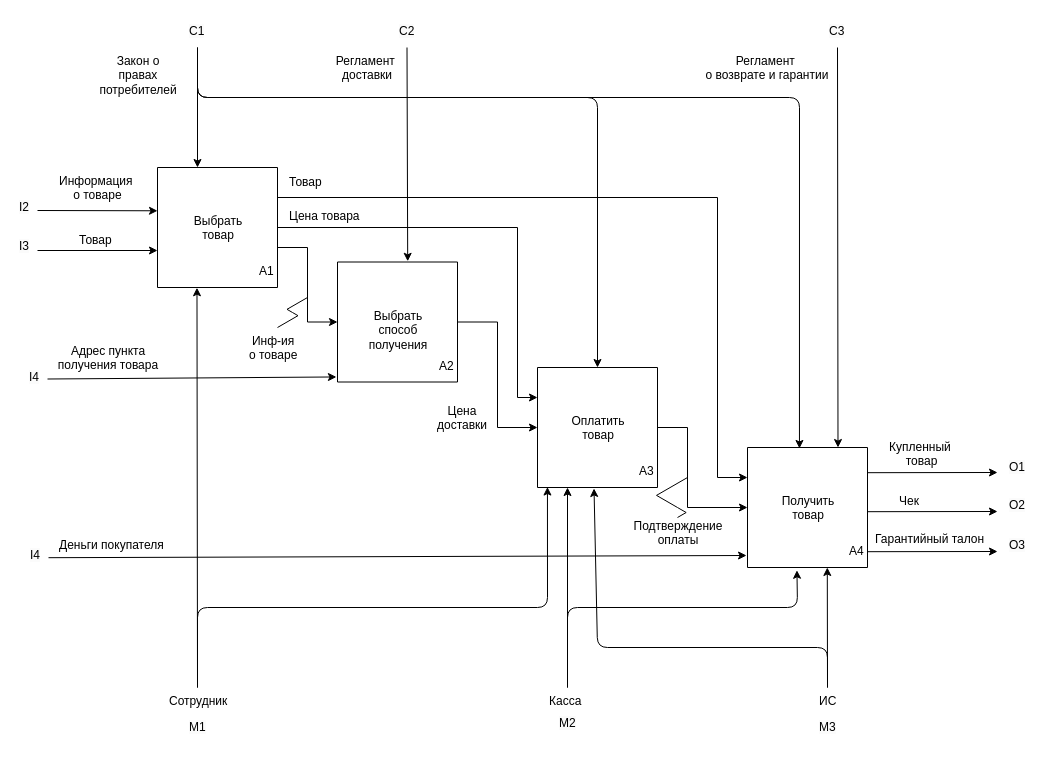
Earlier version of the draw.io diagram decomposition IDEF0(AS-IS).drawio (melikhovaeva/business-processes). Source tidied: cells renumbered, new cells numbered last; positions are measured from the earlier drawing's top-left corner, leaving out a move shared by most shapes. Both pictures are drawn from the tidied source at 100%, with x=0, y=0 at pixel (17, 17).
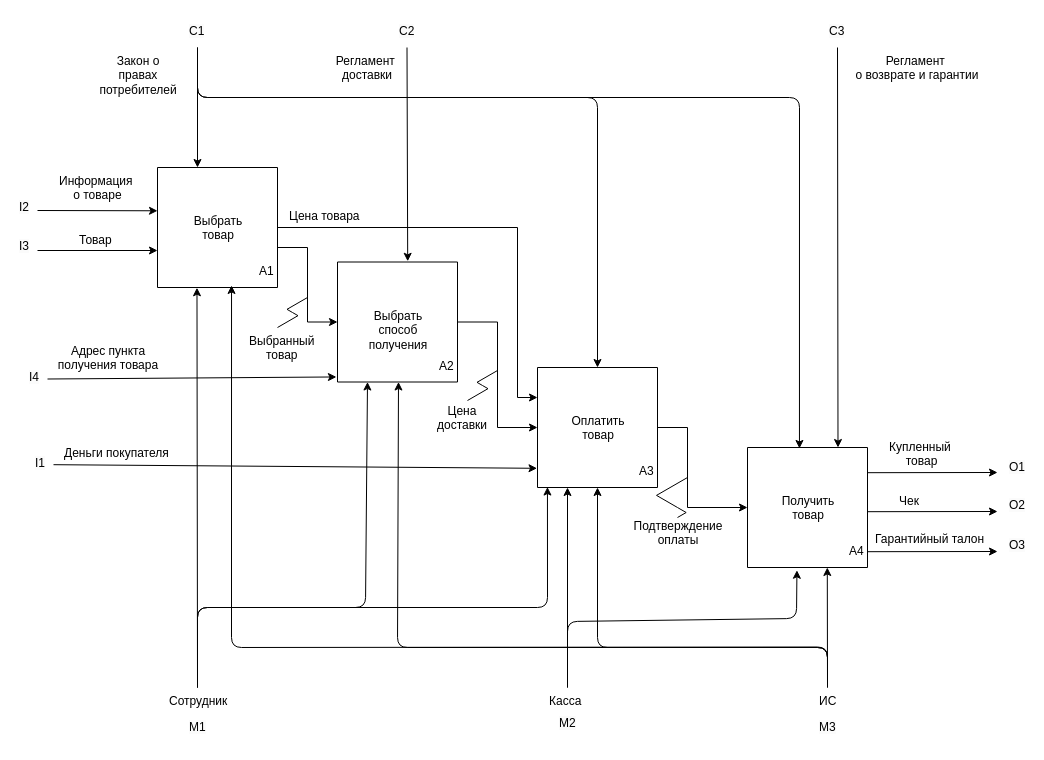
The same diagram, later.

The change refers to these unchanged cells:
```xml
<mxCell id="5" style="swimlane;startSize=0;" parent="1" vertex="1">
  <mxGeometry x="140" y="150" width="120" height="120" as="geometry" />
</mxCell>
<mxCell id="10" style="swimlane;startSize=0;" parent="1" vertex="1">
  <mxGeometry x="320" y="244.5" width="120" height="120" as="geometry" />
</mxCell>
<mxCell id="13" style="swimlane;startSize=0;" parent="1" vertex="1">
  <mxGeometry x="730" y="430" width="120" height="120" as="geometry" />
</mxCell>
<mxCell id="19" style="swimlane;startSize=0;" parent="1" vertex="1">
  <mxGeometry x="520" y="350" width="120" height="120" as="geometry" />
</mxCell>
```

Change to the diagram source:
```diff
@@
-    <mxCell id="4" style="edgeStyle=orthogonalEdgeStyle;rounded=0;jettySize=auto;html=1;exitX=1;exitY=0.25;exitDx=0;exitDy=0;entryX=0;entryY=0.25;entryDx=0;entryDy=0;" parent="1" edge="1" source="5" target="13">
-      <mxGeometry relative="1" as="geometry">
-        <Array as="points">
-          <mxPoint x="700" y="180" />
-          <mxPoint x="700" y="460" />
-        </Array>
-      </mxGeometry>
-    </mxCell>
@@
-    <mxCell id="17" style="endArrow=classic;html=1;rounded=1;entryX=0.471;entryY=1.008;entryDx=0;entryDy=0;entryPerimeter=0;curved=0;" parent="13" edge="1" target="19">
+    <mxCell id="17" style="endArrow=classic;html=1;rounded=1;entryX=0.5;entryY=1;entryDx=0;entryDy=0;curved=0;" parent="13" edge="1" target="19">
       <mxGeometry relative="1" as="geometry">
         <mxPoint x="80" y="240" as="sourcePoint" />
         <Array as="points">
           <mxPoint x="80" y="200" />
           <mxPoint x="-150" y="200" />
         </Array>
       </mxGeometry>
     </mxCell>
+    <mxCell id="70" style="endArrow=classic;html=1;rounded=1;curved=0;" parent="13" edge="1">
+      <mxGeometry relative="1" as="geometry">
+        <mxPoint x="80" y="239" as="sourcePoint" />
+        <mxPoint x="-349" y="-65.5" as="targetPoint" />
+        <Array as="points">
+          <mxPoint x="80" y="200" />
+          <mxPoint x="-350" y="200" />
+        </Array>
+      </mxGeometry>
+    </mxCell>
@@
-    <mxCell id="37" value="&lt;div style=&quot;text-align: center;&quot;&gt;Товар&lt;/div&gt;" style="text;whiteSpace=wrap;html=1;" parent="1" vertex="1">
-      <mxGeometry x="270" y="151" width="40" height="24.5" as="geometry" />
-    </mxCell>
@@
-    <mxCell id="39" value="&lt;div style=&quot;text-align: center;&quot;&gt;Инф-ия&lt;/div&gt;&lt;div style=&quot;text-align: center;&quot;&gt;о товаре&lt;/div&gt;" style="text;whiteSpace=wrap;html=1;" parent="1" vertex="1">
-      <mxGeometry x="230" y="310" width="60" height="24.5" as="geometry" />
+    <mxCell id="39" value="&lt;div style=&quot;text-align: center;&quot;&gt;Выбранный товар&lt;/div&gt;" style="text;whiteSpace=wrap;html=1;" parent="1" vertex="1">
+      <mxGeometry x="230" y="310" width="60" height="50" as="geometry" />
     </mxCell>
@@
     <mxCell id="41" value="&lt;div style=&quot;text-align: center;&quot;&gt;Цена доставки&lt;/div&gt;" style="text;whiteSpace=wrap;html=1;" parent="1" vertex="1">
-      <mxGeometry x="414" y="380" width="60" height="24.5" as="geometry" />
+      <mxGeometry x="414" y="380" width="60" height="46" as="geometry" />
     </mxCell>
@@
     <mxCell id="53" value="&lt;div style=&quot;&quot;&gt;Регламент&amp;nbsp;&lt;br style=&quot;border-color: var(--border-color);&quot;&gt;о возврате и гарантии&lt;br&gt;&lt;/div&gt;" style="text;whiteSpace=wrap;html=1;align=center;" parent="1" vertex="1">
-      <mxGeometry x="680" y="30" width="140" height="50" as="geometry" />
+      <mxGeometry x="830" y="30" width="140" height="50" as="geometry" />
     </mxCell>
@@
-    <mxCell id="57" style="endArrow=classic;html=1;rounded=0;entryX=-0.008;entryY=0.9;entryDx=0;entryDy=0;entryPerimeter=0;" parent="1" edge="1" target="13">
-      <mxGeometry relative="1" as="geometry">
-        <mxPoint x="31" y="540.2" as="sourcePoint" />
-      </mxGeometry>
+    <mxCell id="57" style="endArrow=classic;html=1;rounded=0;entryX=-0.004;entryY=0.84;entryDx=0;entryDy=0;entryPerimeter=0;exitX=1;exitY=0.5;exitDx=0;exitDy=0;" parent="1" edge="1" source="59" target="19">
+      <mxGeometry relative="1" as="geometry" />
     </mxCell>
     <mxCell id="58" value="&lt;div style=&quot;text-align: center;&quot;&gt;Деньги покупателя&lt;br&gt;&lt;/div&gt;" style="text;whiteSpace=wrap;html=1;" parent="1" vertex="1">
-      <mxGeometry x="40" y="514" width="120" height="22" as="geometry" />
+      <mxGeometry x="45" y="422" width="120" height="22" as="geometry" />
     </mxCell>
-    <mxCell id="59" value="&lt;span style=&quot;caret-color: rgb(0, 0, 0); color: rgb(0, 0, 0); font-family: Helvetica; font-style: normal; font-variant-caps: normal; font-weight: 400; letter-spacing: normal; text-align: center; text-indent: 0px; text-transform: none; word-spacing: 0px; -webkit-text-stroke-width: 0px; background-color: rgb(251, 251, 251); text-decoration: none; float: none; display: inline !important;&quot;&gt;&lt;font style=&quot;font-size: 12px;&quot;&gt;I4&lt;/font&gt;&lt;/span&gt;" style="text;whiteSpace=wrap;html=1;" parent="1" vertex="1">
-      <mxGeometry x="11" y="524.2" width="20" height="30" as="geometry" />
+    <mxCell id="59" value="&lt;span style=&quot;caret-color: rgb(0, 0, 0); color: rgb(0, 0, 0); font-family: Helvetica; font-style: normal; font-variant-caps: normal; font-weight: 400; letter-spacing: normal; text-align: center; text-indent: 0px; text-transform: none; word-spacing: 0px; -webkit-text-stroke-width: 0px; background-color: rgb(251, 251, 251); text-decoration: none; float: none; display: inline !important;&quot;&gt;&lt;font style=&quot;font-size: 12px;&quot;&gt;I1&lt;/font&gt;&lt;/span&gt;" style="text;whiteSpace=wrap;html=1;" parent="1" vertex="1">
+      <mxGeometry x="16" y="432.2" width="20" height="30" as="geometry" />
     </mxCell>
@@
     <mxCell id="63" style="endArrow=classic;html=1;rounded=1;entryX=0.412;entryY=1.023;entryDx=0;entryDy=0;entryPerimeter=0;curved=0;" parent="1" edge="1" target="13">
       <mxGeometry relative="1" as="geometry">
         <mxPoint x="550" y="670" as="sourcePoint" />
         <Array as="points">
-          <mxPoint x="550" y="590" />
-          <mxPoint x="780" y="590" />
+          <mxPoint x="550" y="604" />
+          <mxPoint x="779" y="601" />
         </Array>
       </mxGeometry>
     </mxCell>
@@
+    <mxCell id="71" style="edgeStyle=isometricEdgeStyle;endArrow=none;html=1;rounded=0;exitX=0.5;exitY=0;exitDx=0;exitDy=0;" parent="1" edge="1">
+      <mxGeometry relative="1" as="geometry">
+        <mxPoint x="450" y="383" as="sourcePoint" />
+        <mxPoint x="480" y="353" as="targetPoint" />
+      </mxGeometry>
+    </mxCell>
+    <mxCell id="72" style="endArrow=classic;html=1;rounded=1;curved=0;entryX=0.617;entryY=0.983;entryDx=0;entryDy=0;entryPerimeter=0;" parent="1" edge="1" target="5">
+      <mxGeometry relative="1" as="geometry">
+        <mxPoint x="810" y="668.5" as="sourcePoint" />
+        <Array as="points">
+          <mxPoint x="810" y="629.5" />
+          <mxPoint x="214" y="630" />
+        </Array>
+      </mxGeometry>
+    </mxCell>
+    <mxCell id="73" style="endArrow=classic;html=1;rounded=1;entryX=0.25;entryY=1;entryDx=0;entryDy=0;curved=0;" parent="1" edge="1" target="10">
+      <mxGeometry relative="1" as="geometry">
+        <mxPoint x="180" y="670" as="sourcePoint" />
+        <Array as="points">
+          <mxPoint x="180" y="590" />
+          <mxPoint x="348" y="590" />
+        </Array>
+      </mxGeometry>
+    </mxCell>
```
